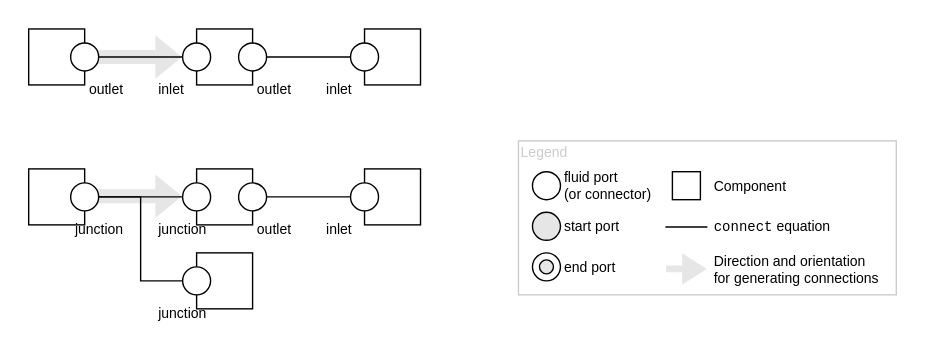
This is specification/source/img/linkage_connect_junction.svg from lbl-srg/ctrl-flow, a draw.io export, as it was before one commit. Source tidied: cells renumbered, new cells last; positions are measured from the earlier drawing's top-left corner, leaving out a move shared by most shapes.
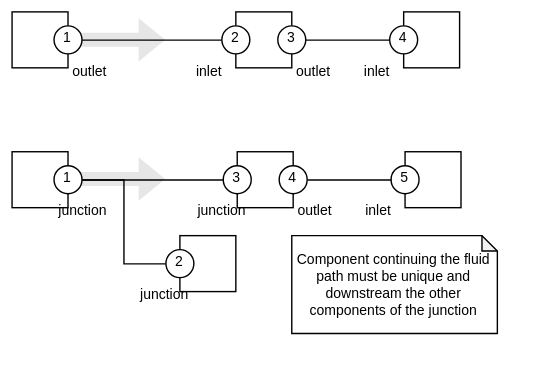
The same file after the commit.

The edit, as a diff of the source:
```diff
@@ -15,19 +15,19 @@
       </mxGeometry>
     </mxCell>
     <mxCell id="4" style="whiteSpace=wrap;html=1;" parent="1" vertex="1">
-      <mxGeometry x="240" y="100" width="40" height="40" as="geometry" />
+      <mxGeometry x="281" y="100" width="40" height="40" as="geometry" />
     </mxCell>
     <mxCell id="5" style="whiteSpace=wrap;html=1;" parent="1" vertex="1">
       <mxGeometry y="100" width="40" height="40" as="geometry" />
     </mxCell>
     <mxCell id="6" style="whiteSpace=wrap;html=1;" parent="1" vertex="1">
-      <mxGeometry x="240" width="40" height="40" as="geometry" />
+      <mxGeometry x="280" width="40" height="40" as="geometry" />
     </mxCell>
     <mxCell id="7" style="whiteSpace=wrap;html=1;" parent="1" vertex="1">
       <mxGeometry width="40" height="40" as="geometry" />
     </mxCell>
     <mxCell id="8" style="whiteSpace=wrap;html=1;" parent="1" vertex="1">
-      <mxGeometry x="120" width="40" height="40" as="geometry" />
+      <mxGeometry x="160" width="40" height="40" as="geometry" />
     </mxCell>
     <mxCell id="9" style="edgeStyle=orthogonalEdgeStyle;rounded=0;jettySize=auto;html=1;exitX=1;exitY=0.5;exitDx=0;exitDy=0;entryX=0;entryY=0.5;entryDx=0;entryDy=0;endArrow=none;endFill=0;" parent="1" edge="1" source="10" target="11">
       <mxGeometry relative="1" as="geometry" />
@@ -36,16 +36,16 @@
       <mxGeometry x="30" y="10" width="20" height="20" as="geometry" />
     </mxCell>
     <mxCell id="11" value="inlet" style="ellipse;whiteSpace=wrap;html=1;fontSize=10;labelPosition=left;verticalLabelPosition=bottom;align=left;verticalAlign=top;" parent="1" vertex="1">
-      <mxGeometry x="110" y="10" width="20" height="20" as="geometry" />
+      <mxGeometry x="150" y="10" width="20" height="20" as="geometry" />
     </mxCell>
     <mxCell id="12" style="edgeStyle=orthogonalEdgeStyle;rounded=0;jettySize=auto;html=1;exitX=1;exitY=0.5;exitDx=0;exitDy=0;entryX=0;entryY=0.5;entryDx=0;entryDy=0;endArrow=none;endFill=0;" parent="1" edge="1" source="13" target="14">
       <mxGeometry relative="1" as="geometry" />
     </mxCell>
     <mxCell id="13" value="outlet" style="ellipse;whiteSpace=wrap;html=1;fontSize=10;labelPosition=right;verticalLabelPosition=bottom;align=right;verticalAlign=top;" parent="1" vertex="1">
-      <mxGeometry x="150" y="10" width="20" height="20" as="geometry" />
+      <mxGeometry x="190" y="10" width="20" height="20" as="geometry" />
     </mxCell>
     <mxCell id="14" value="inlet" style="ellipse;whiteSpace=wrap;html=1;fontSize=10;labelPosition=left;verticalLabelPosition=bottom;align=left;verticalAlign=top;" parent="1" vertex="1">
-      <mxGeometry x="230" y="10" width="20" height="20" as="geometry" />
+      <mxGeometry x="270" y="10" width="20" height="20" as="geometry" />
     </mxCell>
     <mxCell id="15" style="edgeStyle=orthogonalEdgeStyle;rounded=0;jettySize=auto;html=1;exitX=1;exitY=0.5;exitDx=0;exitDy=0;entryX=0;entryY=0.5;entryDx=0;entryDy=0;endArrow=none;endFill=0;" parent="1" edge="1" source="17" target="21">
       <mxGeometry relative="1" as="geometry" />
@@ -57,16 +57,16 @@
       <mxGeometry x="30" y="110" width="20" height="20" as="geometry" />
     </mxCell>
     <mxCell id="18" value="inlet" style="ellipse;whiteSpace=wrap;html=1;fontSize=10;labelPosition=left;verticalLabelPosition=bottom;align=left;verticalAlign=top;" parent="1" vertex="1">
-      <mxGeometry x="230" y="110" width="20" height="20" as="geometry" />
+      <mxGeometry x="271" y="110" width="20" height="20" as="geometry" />
     </mxCell>
     <mxCell id="19" style="whiteSpace=wrap;html=1;" parent="1" vertex="1">
-      <mxGeometry x="120" y="100" width="40" height="40" as="geometry" />
+      <mxGeometry x="161" y="100" width="40" height="40" as="geometry" />
     </mxCell>
     <mxCell id="20" style="whiteSpace=wrap;html=1;" parent="1" vertex="1">
       <mxGeometry x="120" y="160" width="40" height="40" as="geometry" />
     </mxCell>
     <mxCell id="21" value="junction" style="ellipse;whiteSpace=wrap;html=1;fontSize=10;labelPosition=left;verticalLabelPosition=bottom;align=left;verticalAlign=top;" parent="1" vertex="1">
-      <mxGeometry x="110" y="110" width="20" height="20" as="geometry" />
+      <mxGeometry x="151" y="110" width="20" height="20" as="geometry" />
     </mxCell>
     <mxCell id="22" value="junction" style="ellipse;whiteSpace=wrap;html=1;fontSize=10;labelPosition=left;verticalLabelPosition=bottom;align=left;verticalAlign=top;" parent="1" vertex="1">
       <mxGeometry x="110" y="170" width="20" height="20" as="geometry" />
@@ -75,43 +75,37 @@
       <mxGeometry relative="1" as="geometry" />
     </mxCell>
     <mxCell id="24" value="outlet" style="ellipse;whiteSpace=wrap;html=1;fontSize=10;labelPosition=right;verticalLabelPosition=bottom;align=right;verticalAlign=top;" parent="1" vertex="1">
-      <mxGeometry x="150" y="110" width="20" height="20" as="geometry" />
+      <mxGeometry x="191" y="110" width="20" height="20" as="geometry" />
     </mxCell>
-    <mxCell id="25" style="group;" parent="1" vertex="1">
-      <mxGeometry x="350" y="80" width="270" height="110" as="geometry" />
+    <mxCell id="25" value="1" style="text;html=1;align=center;verticalAlign=top;spacingTop=-4;fontSize=10;" parent="1" vertex="1">
+      <mxGeometry x="30" y="10" width="20" height="20" as="geometry" />
     </mxCell>
-    <mxCell id="26" value="&lt;div style=&quot;text-align: center&quot;&gt;&lt;span style=&quot;white-space: nowrap ; background-color: rgb(255 , 255 , 255)&quot;&gt;start port&lt;/span&gt;&lt;/div&gt;" style="ellipse;whiteSpace=wrap;html=1;fontSize=10;labelPosition=right;verticalLabelPosition=middle;align=left;verticalAlign=middle;fillColor=#E6E6E6;" parent="25" vertex="1">
-      <mxGeometry x="10" y="51" width="20" height="20" as="geometry" />
+    <mxCell id="26" value="1" style="text;html=1;align=center;verticalAlign=top;spacingTop=-4;fontSize=10;" parent="1" vertex="1">
+      <mxGeometry x="30" y="110" width="20" height="20" as="geometry" />
     </mxCell>
-    <mxCell id="27" value="&lt;div style=&quot;text-align: center&quot;&gt;&lt;span style=&quot;white-space: nowrap ; background-color: rgb(255 , 255 , 255)&quot;&gt;end port&lt;/span&gt;&lt;/div&gt;" style="ellipse;whiteSpace=wrap;html=1;fontSize=10;labelPosition=right;verticalLabelPosition=middle;align=left;verticalAlign=middle;fillColor=#FFFFFF;" parent="25" vertex="1">
-      <mxGeometry x="10" y="80" width="20" height="20" as="geometry" />
+    <mxCell id="27" value="2" style="text;html=1;align=center;verticalAlign=top;spacingTop=-4;fontSize=10;" parent="1" vertex="1">
+      <mxGeometry x="150" y="10" width="20" height="10" as="geometry" />
     </mxCell>
-    <mxCell id="28" value="&lt;div&gt;&lt;span style=&quot;white-space: nowrap ; background-color: rgb(255 , 255 , 255)&quot;&gt;fluid port&lt;/span&gt;&lt;/div&gt;&lt;div&gt;&lt;span style=&quot;white-space: nowrap ; background-color: rgb(255 , 255 , 255)&quot;&gt;(or connector)&lt;/span&gt;&lt;/div&gt;" style="ellipse;whiteSpace=wrap;html=1;fontSize=10;labelPosition=right;verticalLabelPosition=middle;align=left;verticalAlign=middle;" parent="25" vertex="1">
-      <mxGeometry x="10" y="22" width="20" height="20" as="geometry" />
+    <mxCell id="28" value="2" style="text;html=1;align=center;verticalAlign=top;spacingTop=-4;fontSize=10;" parent="1" vertex="1">
+      <mxGeometry x="110" y="170" width="20" height="10" as="geometry" />
     </mxCell>
-    <mxCell id="29" value="Direction and orientation&lt;br&gt;for generating connections" style="shape=flexArrow;endArrow=classic;html=1;fontSize=10;fillColor=#E6E6E6;strokeColor=none;width=4.827586206896552;endSize=5.50344827586207;endWidth=16.67063020214031;labelPosition=right;verticalLabelPosition=middle;align=left;verticalAlign=middle;spacingRight=0;spacingLeft=3;" parent="25" edge="1">
-      <mxGeometry x="1" relative="1" as="geometry">
-        <mxPoint x="105" y="91.5" as="sourcePoint" />
-        <mxPoint x="135" y="91.5" as="targetPoint" />
-      </mxGeometry>
+    <mxCell id="29" value="3" style="text;html=1;align=center;verticalAlign=top;spacingTop=-4;fontSize=10;" parent="1" vertex="1">
+      <mxGeometry x="190" y="10" width="20" height="10" as="geometry" />
     </mxCell>
-    <mxCell id="30" value="&lt;font face=&quot;Courier New&quot;&gt;connect&lt;/font&gt; equation" style="endArrow=none;html=1;strokeColor=#000000;fillColor=#E6E6E6;fontSize=10;fontColor=#000000;labelPosition=right;verticalLabelPosition=middle;align=left;verticalAlign=middle;spacingLeft=3;" parent="25" edge="1">
-      <mxGeometry x="1" relative="1" as="geometry">
-        <mxPoint x="105" y="61.5" as="sourcePoint" />
-        <mxPoint x="135" y="61.5" as="targetPoint" />
-      </mxGeometry>
+    <mxCell id="30" value="3" style="text;html=1;align=center;verticalAlign=top;spacingTop=-4;fontSize=10;" parent="1" vertex="1">
+      <mxGeometry x="151" y="110" width="20" height="10" as="geometry" />
     </mxCell>
-    <mxCell id="31" value="&lt;div style=&quot;text-align: center&quot;&gt;&lt;br&gt;&lt;/div&gt;" style="ellipse;whiteSpace=wrap;html=1;fontSize=10;labelPosition=right;verticalLabelPosition=middle;align=left;verticalAlign=middle;fillColor=#E6E6E6;" parent="25" vertex="1">
-      <mxGeometry x="15" y="85" width="10" height="10" as="geometry" />
+    <mxCell id="31" value="4" style="text;html=1;align=center;verticalAlign=top;spacingTop=-4;fontSize=10;" parent="1" vertex="1">
+      <mxGeometry x="191" y="110" width="20" height="10" as="geometry" />
     </mxCell>
-    <mxCell id="32" value="Component" style="whiteSpace=wrap;html=1;labelPosition=right;verticalLabelPosition=middle;align=left;verticalAlign=middle;fontSize=10;spacingLeft=7;" parent="25" vertex="1">
-      <mxGeometry x="110" y="22" width="20" height="20" as="geometry" />
+    <mxCell id="32" value="5" style="text;html=1;align=center;verticalAlign=top;spacingTop=-4;fontSize=10;" parent="1" vertex="1">
+      <mxGeometry x="271" y="110" width="20" height="10" as="geometry" />
     </mxCell>
-    <mxCell id="33" style="rounded=0;whiteSpace=wrap;html=1;fontSize=10;align=left;fillColor=none;strokeColor=#CCCCCC;" parent="25" vertex="1">
-      <mxGeometry width="270" height="110" as="geometry" />
+    <mxCell id="33" value="4" style="text;html=1;align=center;verticalAlign=top;spacingTop=-4;fontSize=10;" parent="1" vertex="1">
+      <mxGeometry x="270" y="10" width="20" height="10" as="geometry" />
     </mxCell>
-    <mxCell id="34" value="Legend" style="text;html=1;align=left;verticalAlign=top;spacingTop=-4;fontSize=10;fontColor=#CCCCCC;" parent="25" vertex="1">
-      <mxGeometry width="50" height="10" as="geometry" />
+    <mxCell id="34" value="Component continuing the fluid path must be unique and downstream the other components of the junction" style="shape=note;whiteSpace=wrap;html=1;backgroundOutline=1;darkOpacity=0.05;fontSize=10;align=center;size=11;" parent="1" vertex="1">
+      <mxGeometry x="200" y="160" width="147" height="70" as="geometry" />
     </mxCell>
   </root>
 </mxGraphModel>
```
